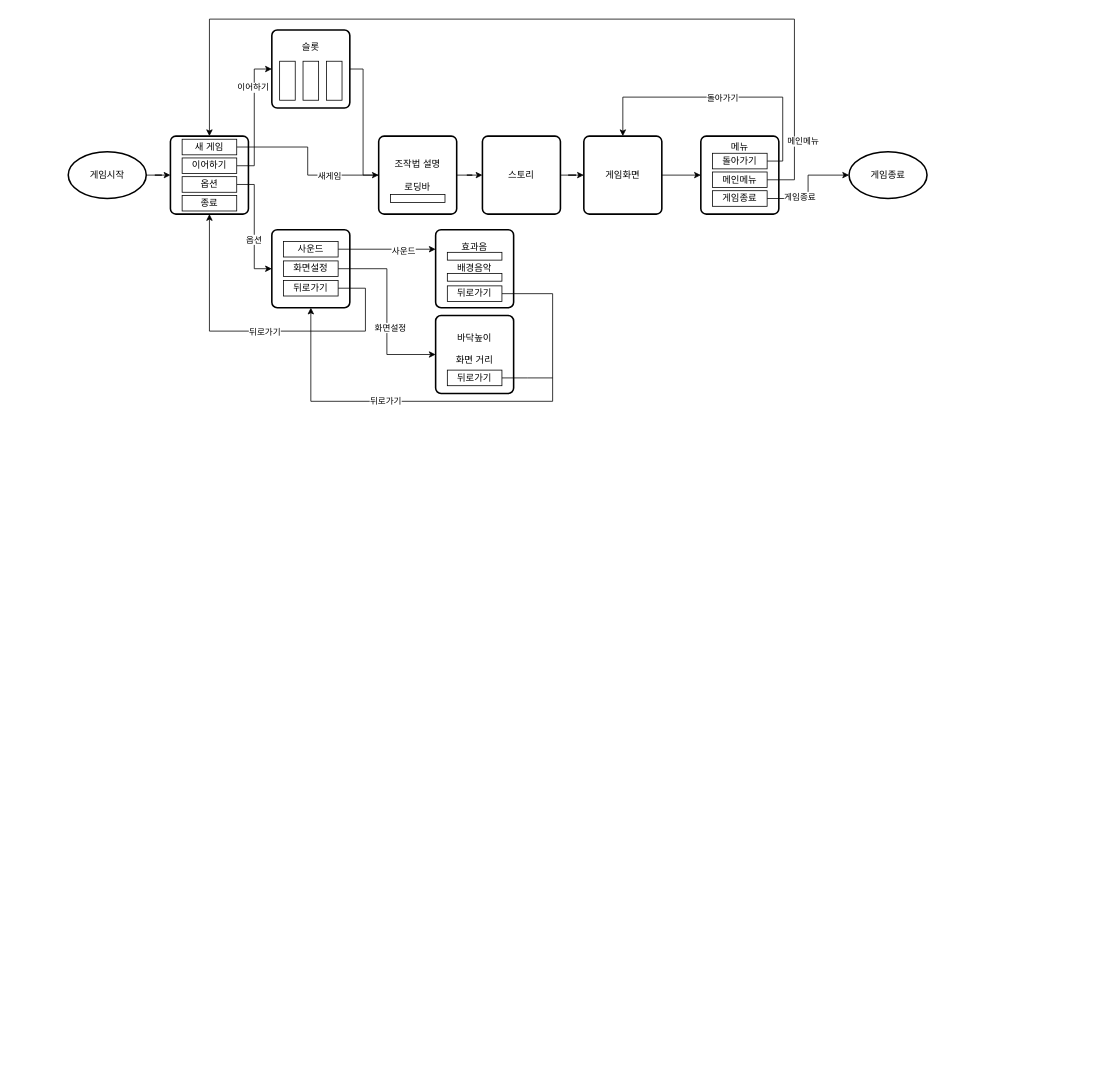
Earlier version of the draw.io diagram Untitled Diagram.drawio (imjae/Holymole_Lee). Source tidied: cells renumbered, new cells numbered last; positions are measured from the earlier drawing's top-left corner, leaving out a move shared by most shapes. Both pictures are drawn from the tidied source at 78%, with x=0, y=0 at pixel (68, 19).
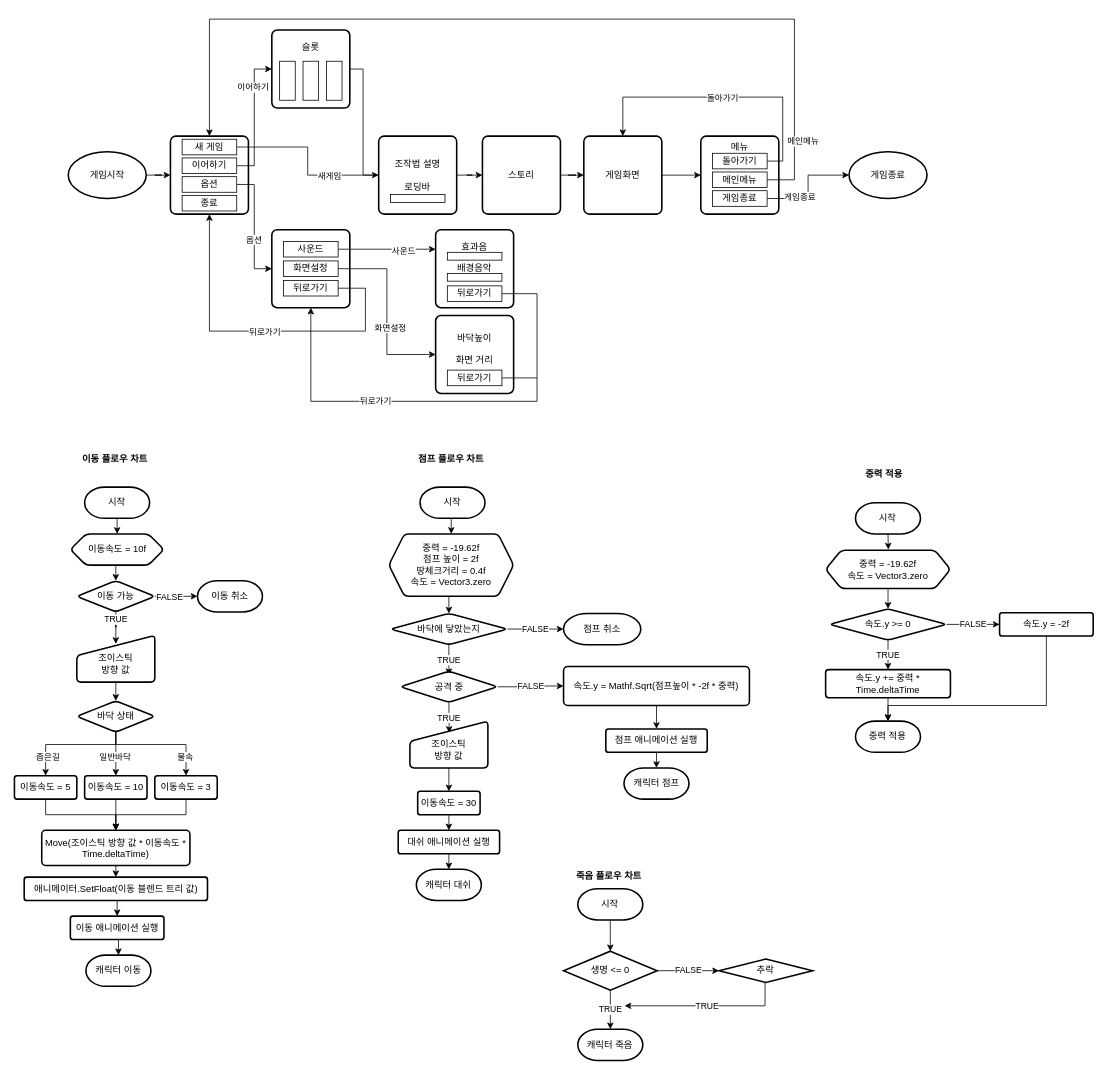
The same page after the edit.

The change refers to these unchanged cells:
```xml
<mxCell id="25" style="rounded=1;whiteSpace=wrap;html=1;absoluteArcSize=1;arcSize=14;strokeWidth=2;" parent="1" vertex="1">
  <mxGeometry x="261" y="270" width="100" height="100" as="geometry" />
</mxCell>
<mxCell id="40" value="뒤로가기" style="rounded=0;whiteSpace=wrap;html=1;" parent="1" vertex="1">
  <mxGeometry x="486" y="342" width="70" height="20" as="geometry" />
</mxCell>
<mxCell id="43" value="뒤로가기" style="rounded=0;whiteSpace=wrap;html=1;" parent="1" vertex="1">
  <mxGeometry x="486" y="450" width="70" height="20" as="geometry" />
</mxCell>
```

The edit, as a diff of the source:
```diff
@@
     <mxCell id="38" style="edgeStyle=orthogonalEdgeStyle;rounded=0;jettySize=auto;html=1;exitX=1;exitY=0.5;exitDx=0;exitDy=0;entryX=0.5;entryY=1;entryDx=0;entryDy=0;" parent="1" edge="1" source="40" target="25">
       <mxGeometry relative="1" as="geometry">
         <Array as="points">
-          <mxPoint x="621" y="352" />
-          <mxPoint x="621" y="490" />
+          <mxPoint x="601" y="352" />
+          <mxPoint x="601" y="490" />
           <mxPoint x="311" y="490" />
         </Array>
       </mxGeometry>
     </mxCell>
@@
     <mxCell id="42" style="edgeStyle=orthogonalEdgeStyle;rounded=0;jettySize=auto;html=1;exitX=1;exitY=0.5;exitDx=0;exitDy=0;endArrow=none;endFill=0;" parent="1" edge="1" source="43">
       <mxGeometry relative="1" as="geometry">
-        <mxPoint x="621" y="460" as="targetPoint" />
+        <mxPoint x="601" y="460" as="targetPoint" />
       </mxGeometry>
     </mxCell>
@@
+    <mxCell id="57" value="TRUE" style="edgeStyle=orthogonalEdgeStyle;rounded=0;jettySize=auto;html=1;exitX=0.5;exitY=1;exitDx=0;exitDy=0;entryX=0.5;entryY=0.183;entryDx=0;entryDy=0;entryPerimeter=0;endArrow=classic;endFill=1;" parent="1" edge="1" source="60" target="62">
+      <mxGeometry relative="1" as="geometry" />
+    </mxCell>
+    <mxCell id="58" style="edgeStyle=orthogonalEdgeStyle;rounded=0;jettySize=auto;html=1;exitX=1;exitY=0.5;exitDx=0;exitDy=0;endArrow=classic;endFill=1;entryX=0;entryY=0.5;entryDx=0;entryDy=0;entryPerimeter=0;" parent="1" edge="1" source="60" target="80">
+      <mxGeometry relative="1" as="geometry" />
+    </mxCell>
+    <mxCell id="59" value="FALSE" style="edgeLabel;html=1;align=center;verticalAlign=middle;" parent="58" vertex="1">
+      <mxGeometry x="0.24" y="-2" relative="1" as="geometry">
+        <mxPoint x="-16" y="-2" as="offset" />
+      </mxGeometry>
+    </mxCell>
+    <mxCell id="60" value="이동 가능" style="rhombus;whiteSpace=wrap;html=1;rounded=1;strokeWidth=2;arcSize=11;" parent="1" vertex="1">
+      <mxGeometry x="11" y="720" width="100" height="40" as="geometry" />
+    </mxCell>
+    <mxCell id="61" style="edgeStyle=orthogonalEdgeStyle;rounded=0;jettySize=auto;html=1;exitX=0.5;exitY=1;exitDx=0;exitDy=0;entryX=0.5;entryY=0;entryDx=0;entryDy=0;endArrow=classic;endFill=1;" parent="1" edge="1" source="62" target="69">
+      <mxGeometry relative="1" as="geometry" />
+    </mxCell>
+    <mxCell id="62" value="&lt;br&gt;조이스틱&lt;br&gt;방향 값" style="html=1;strokeWidth=2;shape=manualInput;whiteSpace=wrap;rounded=1;size=26;arcSize=11;" parent="1" vertex="1">
+      <mxGeometry x="11" y="790" width="100" height="60" as="geometry" />
+    </mxCell>
+    <mxCell id="63" style="edgeStyle=orthogonalEdgeStyle;rounded=0;jettySize=auto;html=1;endArrow=classic;endFill=1;" parent="1" edge="1" source="69" target="71">
+      <mxGeometry relative="1" as="geometry" />
+    </mxCell>
+    <mxCell id="64" style="edgeStyle=orthogonalEdgeStyle;rounded=0;jettySize=auto;html=1;exitX=0.5;exitY=1;exitDx=0;exitDy=0;entryX=0.5;entryY=0;entryDx=0;entryDy=0;endArrow=classic;endFill=1;" parent="1" edge="1" source="69" target="73">
+      <mxGeometry relative="1" as="geometry">
+        <Array as="points">
+          <mxPoint x="61" y="930" />
+          <mxPoint x="-29" y="930" />
+        </Array>
+      </mxGeometry>
+    </mxCell>
+    <mxCell id="65" value="좁은길" style="edgeLabel;html=1;align=center;verticalAlign=middle;" parent="64" vertex="1">
+      <mxGeometry x="0.3" y="-1" relative="1" as="geometry">
+        <mxPoint x="-9" y="16" as="offset" />
+      </mxGeometry>
+    </mxCell>
+    <mxCell id="66" style="edgeStyle=orthogonalEdgeStyle;rounded=0;jettySize=auto;html=1;exitX=0.5;exitY=1;exitDx=0;exitDy=0;entryX=0.5;entryY=0;entryDx=0;entryDy=0;endArrow=classic;endFill=1;" parent="1" edge="1" source="69" target="75">
+      <mxGeometry relative="1" as="geometry">
+        <Array as="points">
+          <mxPoint x="61" y="930" />
+          <mxPoint x="151" y="930" />
+        </Array>
+      </mxGeometry>
+    </mxCell>
+    <mxCell id="67" value="물속" style="edgeLabel;html=1;align=center;verticalAlign=middle;" parent="66" vertex="1">
+      <mxGeometry x="0.31" relative="1" as="geometry">
+        <mxPoint x="8" y="15" as="offset" />
+      </mxGeometry>
+    </mxCell>
+    <mxCell id="68" value="일반바닥" style="edgeLabel;html=1;align=center;verticalAlign=middle;" parent="66" vertex="1">
+      <mxGeometry x="-0.64" y="-6" relative="1" as="geometry">
+        <mxPoint x="-12" y="9" as="offset" />
+      </mxGeometry>
+    </mxCell>
+    <mxCell id="69" value="바닥 상태" style="rhombus;whiteSpace=wrap;html=1;rounded=1;strokeWidth=2;arcSize=11;" parent="1" vertex="1">
+      <mxGeometry x="11" y="874" width="100" height="40" as="geometry" />
+    </mxCell>
+    <mxCell id="70" style="edgeStyle=orthogonalEdgeStyle;rounded=0;jettySize=auto;html=1;endArrow=classic;endFill=1;" parent="1" edge="1" source="71" target="77">
+      <mxGeometry relative="1" as="geometry" />
+    </mxCell>
+    <mxCell id="71" value="이동속도 = 10" style="whiteSpace=wrap;html=1;rounded=1;strokeWidth=2;arcSize=11;" parent="1" vertex="1">
+      <mxGeometry x="21" y="970" width="80" height="30" as="geometry" />
+    </mxCell>
+    <mxCell id="72" style="edgeStyle=orthogonalEdgeStyle;rounded=0;jettySize=auto;html=1;endArrow=classic;endFill=1;" parent="1" edge="1" source="73" target="77">
+      <mxGeometry relative="1" as="geometry" />
+    </mxCell>
+    <mxCell id="73" value="이동속도 = 5" style="whiteSpace=wrap;html=1;rounded=1;strokeWidth=2;arcSize=11;" parent="1" vertex="1">
+      <mxGeometry x="-69" y="970" width="80" height="30" as="geometry" />
+    </mxCell>
+    <mxCell id="74" style="edgeStyle=orthogonalEdgeStyle;rounded=0;jettySize=auto;html=1;endArrow=classic;endFill=1;" parent="1" edge="1" source="75" target="77">
+      <mxGeometry relative="1" as="geometry" />
+    </mxCell>
+    <mxCell id="75" value="이동속도 = 3" style="whiteSpace=wrap;html=1;rounded=1;strokeWidth=2;arcSize=11;" parent="1" vertex="1">
+      <mxGeometry x="111" y="970" width="80" height="30" as="geometry" />
+    </mxCell>
+    <mxCell id="76" style="edgeStyle=orthogonalEdgeStyle;rounded=0;jettySize=auto;html=1;exitX=0.5;exitY=1;exitDx=0;exitDy=0;entryX=0.5;entryY=0;entryDx=0;entryDy=0;endArrow=classic;endFill=1;" parent="1" edge="1" source="77" target="82">
+      <mxGeometry relative="1" as="geometry" />
+    </mxCell>
+    <mxCell id="77" value="Move(조이스틱 방향 값 * 이동속도 * Time.deltaTime)" style="whiteSpace=wrap;html=1;rounded=1;strokeWidth=2;arcSize=11;" parent="1" vertex="1">
+      <mxGeometry x="-34" y="1040" width="190" height="45" as="geometry" />
+    </mxCell>
+    <mxCell id="78" style="edgeStyle=orthogonalEdgeStyle;rounded=0;jettySize=auto;html=1;exitX=0.5;exitY=1;exitDx=0;exitDy=0;exitPerimeter=0;entryX=0.5;entryY=0;entryDx=0;entryDy=0;endArrow=classic;endFill=1;" parent="1" edge="1" source="79" target="96">
+      <mxGeometry relative="1" as="geometry" />
+    </mxCell>
+    <mxCell id="79" value="시작" style="strokeWidth=2;html=1;shape=mxgraph.flowchart.terminator;whiteSpace=wrap;" parent="1" vertex="1">
+      <mxGeometry x="21" y="600" width="83.3" height="40" as="geometry" />
+    </mxCell>
+    <mxCell id="80" value="이동 취소" style="strokeWidth=2;html=1;shape=mxgraph.flowchart.terminator;whiteSpace=wrap;" parent="1" vertex="1">
+      <mxGeometry x="165.7" y="720" width="83.3" height="40" as="geometry" />
+    </mxCell>
+    <mxCell id="81" style="edgeStyle=orthogonalEdgeStyle;rounded=0;jettySize=auto;html=1;exitX=0.5;exitY=1;exitDx=0;exitDy=0;entryX=0.5;entryY=0;entryDx=0;entryDy=0;endArrow=classic;endFill=1;" parent="1" edge="1" source="82" target="84">
+      <mxGeometry relative="1" as="geometry" />
+    </mxCell>
+    <mxCell id="82" value="애니메이터.SetFloat(이동 블렌드 트리 값)" style="whiteSpace=wrap;html=1;rounded=1;strokeWidth=2;arcSize=11;" parent="1" vertex="1">
+      <mxGeometry x="-56.5" y="1100" width="235" height="30" as="geometry" />
+    </mxCell>
+    <mxCell id="83" style="edgeStyle=orthogonalEdgeStyle;rounded=0;jettySize=auto;html=1;exitX=0.5;exitY=1;exitDx=0;exitDy=0;entryX=0.5;entryY=0;entryDx=0;entryDy=0;entryPerimeter=0;endArrow=classic;endFill=1;" parent="1" edge="1" source="84" target="85">
+      <mxGeometry relative="1" as="geometry" />
+    </mxCell>
+    <mxCell id="84" value="이동 애니메이션 실행" style="whiteSpace=wrap;html=1;rounded=1;strokeWidth=2;arcSize=11;" parent="1" vertex="1">
+      <mxGeometry x="2.7" y="1150" width="120" height="30" as="geometry" />
+    </mxCell>
+    <mxCell id="85" value="캐릭터 이동" style="strokeWidth=2;html=1;shape=mxgraph.flowchart.terminator;whiteSpace=wrap;" parent="1" vertex="1">
+      <mxGeometry x="22.7" y="1200" width="83.3" height="40" as="geometry" />
+    </mxCell>
+    <mxCell id="86" value="이동 플로우 차트" style="text;align=center;fontStyle=1;verticalAlign=middle;spacingLeft=3;spacingRight=3;strokeColor=none;" parent="1" vertex="1">
+      <mxGeometry x="20" y="550" width="80" height="26" as="geometry" />
+    </mxCell>
+    <mxCell id="87" value="점프 플로우 차트" style="text;align=center;fontStyle=1;verticalAlign=middle;spacingLeft=3;spacingRight=3;strokeColor=none;" parent="1" vertex="1">
+      <mxGeometry x="451" y="550" width="80" height="26" as="geometry" />
+    </mxCell>
+    <mxCell id="88" style="edgeStyle=orthogonalEdgeStyle;rounded=0;jettySize=auto;html=1;exitX=0.5;exitY=1;exitDx=0;exitDy=0;exitPerimeter=0;entryX=0.5;entryY=0;entryDx=0;entryDy=0;endArrow=classic;endFill=1;" parent="1" edge="1" source="89" target="94">
+      <mxGeometry relative="1" as="geometry" />
+    </mxCell>
+    <mxCell id="89" value="시작" style="strokeWidth=2;html=1;shape=mxgraph.flowchart.terminator;whiteSpace=wrap;" parent="1" vertex="1">
+      <mxGeometry x="451" y="600" width="83.3" height="40" as="geometry" />
+    </mxCell>
+    <mxCell id="90" value="TRUE" style="edgeStyle=orthogonalEdgeStyle;rounded=0;jettySize=auto;html=1;exitX=0.5;exitY=1;exitDx=0;exitDy=0;endArrow=classic;endFill=1;entryX=0.5;entryY=0.125;entryDx=0;entryDy=0;entryPerimeter=0;" parent="1" edge="1" source="92" target="126">
+      <mxGeometry relative="1" as="geometry" />
+    </mxCell>
+    <mxCell id="91" value="FALSE" style="edgeStyle=orthogonalEdgeStyle;rounded=0;jettySize=auto;html=1;endArrow=classic;endFill=1;" parent="1" edge="1" source="92" target="127">
+      <mxGeometry relative="1" as="geometry" />
+    </mxCell>
+    <mxCell id="92" value="바닥에 닿았는지" style="rhombus;whiteSpace=wrap;html=1;rounded=1;strokeWidth=2;arcSize=11;" parent="1" vertex="1">
+      <mxGeometry x="413" y="762" width="150" height="40" as="geometry" />
+    </mxCell>
+    <mxCell id="93" style="edgeStyle=orthogonalEdgeStyle;rounded=0;jettySize=auto;html=1;exitX=0.5;exitY=1;exitDx=0;exitDy=0;entryX=0.5;entryY=0;entryDx=0;entryDy=0;endArrow=classic;endFill=1;" parent="1" edge="1" source="94" target="92">
+      <mxGeometry relative="1" as="geometry" />
+    </mxCell>
+    <mxCell id="94" value="중력 = -19.62f&lt;br&gt;점프 높이 = 2f&lt;br&gt;땅체크거리 = 0.4f&lt;br&gt;속도 = Vector3.zero" style="shape=hexagon;perimeter=hexagonPerimeter2;whiteSpace=wrap;html=1;fixedSize=1;rounded=1;strokeWidth=2;arcSize=11;" parent="1" vertex="1">
+      <mxGeometry x="411" y="660" width="160" height="80" as="geometry" />
+    </mxCell>
+    <mxCell id="95" style="edgeStyle=orthogonalEdgeStyle;rounded=0;jettySize=auto;html=1;exitX=0.5;exitY=1;exitDx=0;exitDy=0;entryX=0.5;entryY=0;entryDx=0;entryDy=0;endArrow=classic;endFill=1;" parent="1" edge="1" source="96" target="60">
+      <mxGeometry relative="1" as="geometry" />
+    </mxCell>
+    <mxCell id="96" value="이동속도 = 10f" style="shape=hexagon;perimeter=hexagonPerimeter2;whiteSpace=wrap;html=1;fixedSize=1;rounded=1;strokeWidth=2;arcSize=11;" parent="1" vertex="1">
+      <mxGeometry x="2.7" y="660" width="120" height="40" as="geometry" />
+    </mxCell>
+    <mxCell id="97" value="FALSE" style="edgeStyle=orthogonalEdgeStyle;rounded=0;jettySize=auto;html=1;endArrow=classic;endFill=1;" parent="1" edge="1" source="99" target="101">
+      <mxGeometry relative="1" as="geometry" />
+    </mxCell>
+    <mxCell id="98" value="TRUE" style="edgeStyle=orthogonalEdgeStyle;rounded=0;jettySize=auto;html=1;endArrow=classic;endFill=1;" parent="1" edge="1" source="99" target="103">
+      <mxGeometry relative="1" as="geometry" />
+    </mxCell>
+    <mxCell id="99" value="속도.y &amp;gt;= 0" style="rhombus;whiteSpace=wrap;html=1;rounded=1;strokeWidth=2;arcSize=11;" parent="1" vertex="1">
+      <mxGeometry x="976" y="756" width="150" height="40" as="geometry" />
+    </mxCell>
+    <mxCell id="100" style="edgeStyle=orthogonalEdgeStyle;rounded=0;jettySize=auto;html=1;exitX=0.5;exitY=1;exitDx=0;exitDy=0;entryX=0.5;entryY=0;entryDx=0;entryDy=0;entryPerimeter=0;endArrow=classic;endFill=1;" parent="1" edge="1" source="101" target="112">
+      <mxGeometry relative="1" as="geometry">
+        <Array as="points">
+          <mxPoint x="1254" y="880" />
+          <mxPoint x="1051" y="880" />
+        </Array>
+      </mxGeometry>
+    </mxCell>
+    <mxCell id="101" value="속도.y = -2f" style="whiteSpace=wrap;html=1;rounded=1;strokeWidth=2;arcSize=11;" parent="1" vertex="1">
+      <mxGeometry x="1194" y="761" width="120" height="30" as="geometry" />
+    </mxCell>
+    <mxCell id="102" style="edgeStyle=orthogonalEdgeStyle;rounded=0;jettySize=auto;html=1;exitX=0.5;exitY=1;exitDx=0;exitDy=0;entryX=0.5;entryY=0;entryDx=0;entryDy=0;entryPerimeter=0;endArrow=classic;endFill=1;" parent="1" edge="1" source="103" target="112">
+      <mxGeometry relative="1" as="geometry" />
+    </mxCell>
+    <mxCell id="103" value="속도.y += 중력 * Time.deltaTime" style="whiteSpace=wrap;html=1;rounded=1;strokeWidth=2;arcSize=11;" parent="1" vertex="1">
+      <mxGeometry x="971" y="834" width="160" height="36" as="geometry" />
+    </mxCell>
+    <mxCell id="104" style="edgeStyle=orthogonalEdgeStyle;rounded=0;jettySize=auto;html=1;exitX=0.5;exitY=1;exitDx=0;exitDy=0;entryX=0.5;entryY=0;entryDx=0;entryDy=0;endArrow=classic;endFill=1;" parent="1" edge="1" source="105" target="123">
+      <mxGeometry relative="1" as="geometry" />
+    </mxCell>
+    <mxCell id="105" value="속도.y = Mathf.Sqrt(점프높이 * -2f * 중력)" style="whiteSpace=wrap;html=1;rounded=1;strokeWidth=2;arcSize=11;" parent="1" vertex="1">
+      <mxGeometry x="635" y="830" width="238.3" height="50" as="geometry" />
+    </mxCell>
+    <mxCell id="106" value="캐릭터 점프" style="strokeWidth=2;html=1;shape=mxgraph.flowchart.terminator;whiteSpace=wrap;" parent="1" vertex="1">
+      <mxGeometry x="712.5" y="960" width="83.3" height="40" as="geometry" />
+    </mxCell>
+    <mxCell id="107" value="중력 적용" style="text;align=center;fontStyle=1;verticalAlign=middle;spacingLeft=3;spacingRight=3;strokeColor=none;" parent="1" vertex="1">
+      <mxGeometry x="1006" y="570" width="80" height="26" as="geometry" />
+    </mxCell>
+    <mxCell id="108" style="edgeStyle=orthogonalEdgeStyle;rounded=0;jettySize=auto;html=1;exitX=0.5;exitY=1;exitDx=0;exitDy=0;exitPerimeter=0;endArrow=classic;endFill=1;" parent="1" edge="1" source="109">
+      <mxGeometry relative="1" as="geometry">
+        <mxPoint x="1051.4" y="680" as="targetPoint" />
+      </mxGeometry>
+    </mxCell>
+    <mxCell id="109" value="시작" style="strokeWidth=2;html=1;shape=mxgraph.flowchart.terminator;whiteSpace=wrap;" parent="1" vertex="1">
+      <mxGeometry x="1009.3" y="620" width="83.3" height="40" as="geometry" />
+    </mxCell>
+    <mxCell id="110" style="edgeStyle=orthogonalEdgeStyle;rounded=0;jettySize=auto;html=1;exitX=0.5;exitY=1;exitDx=0;exitDy=0;entryX=0.5;entryY=0;entryDx=0;entryDy=0;endArrow=classic;endFill=1;" parent="1" edge="1" source="111" target="99">
+      <mxGeometry relative="1" as="geometry" />
+    </mxCell>
+    <mxCell id="111" value="중력 = -19.62f&lt;br&gt;속도 = Vector3.zero" style="shape=hexagon;perimeter=hexagonPerimeter2;whiteSpace=wrap;html=1;fixedSize=1;rounded=1;strokeWidth=2;arcSize=11;" parent="1" vertex="1">
+      <mxGeometry x="971" y="681" width="160" height="49" as="geometry" />
+    </mxCell>
+    <mxCell id="112" value="중력 적용" style="strokeWidth=2;html=1;shape=mxgraph.flowchart.terminator;whiteSpace=wrap;" parent="1" vertex="1">
+      <mxGeometry x="1009.3" y="900" width="83.3" height="40" as="geometry" />
+    </mxCell>
+    <mxCell id="113" value="죽음 플로우 차트" style="text;align=center;fontStyle=1;verticalAlign=middle;spacingLeft=3;spacingRight=3;strokeColor=none;" parent="1" vertex="1">
+      <mxGeometry x="653.3" y="1085" width="80" height="26" as="geometry" />
+    </mxCell>
+    <mxCell id="114" style="edgeStyle=orthogonalEdgeStyle;rounded=0;jettySize=auto;html=1;endArrow=classic;endFill=1;" parent="1" edge="1" source="115" target="118">
+      <mxGeometry relative="1" as="geometry" />
+    </mxCell>
+    <mxCell id="115" value="시작" style="strokeWidth=2;html=1;shape=mxgraph.flowchart.terminator;whiteSpace=wrap;" parent="1" vertex="1">
+      <mxGeometry x="653.3" y="1115" width="83.3" height="40" as="geometry" />
+    </mxCell>
+    <mxCell id="116" value="TRUE" style="edgeStyle=orthogonalEdgeStyle;rounded=0;jettySize=auto;html=1;endArrow=classic;endFill=1;entryX=0.5;entryY=0;entryDx=0;entryDy=0;entryPerimeter=0;" parent="1" edge="1" source="118" target="119">
+      <mxGeometry relative="1" as="geometry" />
+    </mxCell>
+    <mxCell id="117" value="FALSE" style="edgeStyle=orthogonalEdgeStyle;rounded=0;jettySize=auto;html=1;endArrow=classic;endFill=1;entryX=0;entryY=0.5;entryDx=0;entryDy=0;" parent="1" edge="1" source="118" target="121">
+      <mxGeometry relative="1" as="geometry" />
+    </mxCell>
+    <mxCell id="118" value="생명 &amp;lt;= 0" style="rhombus;whiteSpace=wrap;html=1;strokeWidth=2;" parent="1" vertex="1">
+      <mxGeometry x="635" y="1195" width="120" height="50" as="geometry" />
+    </mxCell>
+    <mxCell id="119" value="캐릭터 죽음" style="strokeWidth=2;html=1;shape=mxgraph.flowchart.terminator;whiteSpace=wrap;" parent="1" vertex="1">
+      <mxGeometry x="653.3" y="1295" width="83.3" height="40" as="geometry" />
+    </mxCell>
+    <mxCell id="120" value="TRUE" style="edgeStyle=orthogonalEdgeStyle;rounded=0;jettySize=auto;html=1;endArrow=classic;endFill=1;" parent="1" edge="1" source="121">
+      <mxGeometry relative="1" as="geometry">
+        <mxPoint x="713.3" y="1265" as="targetPoint" />
+        <Array as="points">
+          <mxPoint x="893.3" y="1265" />
+          <mxPoint x="723.3" y="1265" />
+        </Array>
+      </mxGeometry>
+    </mxCell>
+    <mxCell id="121" value="추락" style="rhombus;whiteSpace=wrap;html=1;strokeWidth=2;" parent="1" vertex="1">
+      <mxGeometry x="834.3" y="1205" width="120" height="30" as="geometry" />
+    </mxCell>
+    <mxCell id="122" style="edgeStyle=orthogonalEdgeStyle;rounded=0;jettySize=auto;html=1;exitX=0.5;exitY=1;exitDx=0;exitDy=0;entryX=0.5;entryY=0;entryDx=0;entryDy=0;entryPerimeter=0;endArrow=classic;endFill=1;" parent="1" edge="1" source="123" target="106">
+      <mxGeometry relative="1" as="geometry" />
+    </mxCell>
+    <mxCell id="123" value="점프 애니메이션 실행" style="whiteSpace=wrap;html=1;rounded=1;strokeWidth=2;arcSize=11;" parent="1" vertex="1">
+      <mxGeometry x="689.2" y="910" width="130" height="30" as="geometry" />
+    </mxCell>
+    <mxCell id="124" value="TRUE" style="edgeStyle=orthogonalEdgeStyle;rounded=0;jettySize=auto;html=1;exitX=0.5;exitY=1;exitDx=0;exitDy=0;entryX=0.504;entryY=0.252;entryDx=0;entryDy=0;entryPerimeter=0;endArrow=classic;endFill=1;" parent="1" edge="1" source="126" target="129">
+      <mxGeometry relative="1" as="geometry" />
+    </mxCell>
+    <mxCell id="125" value="FALSE" style="edgeStyle=orthogonalEdgeStyle;rounded=0;jettySize=auto;html=1;endArrow=classic;endFill=1;" parent="1" edge="1" source="126" target="105">
+      <mxGeometry relative="1" as="geometry" />
+    </mxCell>
+    <mxCell id="126" value="공격 중" style="rhombus;whiteSpace=wrap;html=1;rounded=1;strokeWidth=2;arcSize=11;" parent="1" vertex="1">
+      <mxGeometry x="425.5" y="836" width="125" height="40" as="geometry" />
+    </mxCell>
+    <mxCell id="127" value="점프 취소" style="strokeWidth=2;html=1;shape=mxgraph.flowchart.terminator;whiteSpace=wrap;" parent="1" vertex="1">
+      <mxGeometry x="635" y="762" width="99" height="40" as="geometry" />
+    </mxCell>
+    <mxCell id="128" style="edgeStyle=orthogonalEdgeStyle;rounded=0;jettySize=auto;html=1;exitX=0.5;exitY=1;exitDx=0;exitDy=0;entryX=0.5;entryY=0;entryDx=0;entryDy=0;endArrow=classic;endFill=1;" parent="1" edge="1" source="129" target="131">
+      <mxGeometry relative="1" as="geometry" />
+    </mxCell>
+    <mxCell id="129" value="&lt;br&gt;조이스틱&lt;br&gt;방향 값" style="html=1;strokeWidth=2;shape=manualInput;whiteSpace=wrap;rounded=1;size=26;arcSize=11;" parent="1" vertex="1">
+      <mxGeometry x="438" y="900" width="100" height="60" as="geometry" />
+    </mxCell>
+    <mxCell id="130" style="edgeStyle=orthogonalEdgeStyle;rounded=0;jettySize=auto;html=1;exitX=0.5;exitY=1;exitDx=0;exitDy=0;entryX=0.5;entryY=0;entryDx=0;entryDy=0;endArrow=classic;endFill=1;" parent="1" edge="1" source="131" target="133">
+      <mxGeometry relative="1" as="geometry" />
+    </mxCell>
+    <mxCell id="131" value="이동속도 = 30" style="whiteSpace=wrap;html=1;rounded=1;strokeWidth=2;arcSize=11;" parent="1" vertex="1">
+      <mxGeometry x="448" y="990" width="80" height="30" as="geometry" />
+    </mxCell>
+    <mxCell id="132" style="edgeStyle=orthogonalEdgeStyle;rounded=0;jettySize=auto;html=1;exitX=0.5;exitY=1;exitDx=0;exitDy=0;entryX=0.5;entryY=0;entryDx=0;entryDy=0;entryPerimeter=0;endArrow=classic;endFill=1;" parent="1" edge="1" source="133" target="134">
+      <mxGeometry relative="1" as="geometry" />
+    </mxCell>
+    <mxCell id="133" value="대쉬 애니메이션 실행" style="whiteSpace=wrap;html=1;rounded=1;strokeWidth=2;arcSize=11;" parent="1" vertex="1">
+      <mxGeometry x="423" y="1040" width="130" height="30" as="geometry" />
+    </mxCell>
+    <mxCell id="134" value="캐릭터 대쉬" style="strokeWidth=2;html=1;shape=mxgraph.flowchart.terminator;whiteSpace=wrap;" parent="1" vertex="1">
+      <mxGeometry x="446.3" y="1090" width="83.3" height="40" as="geometry" />
+    </mxCell>
```
